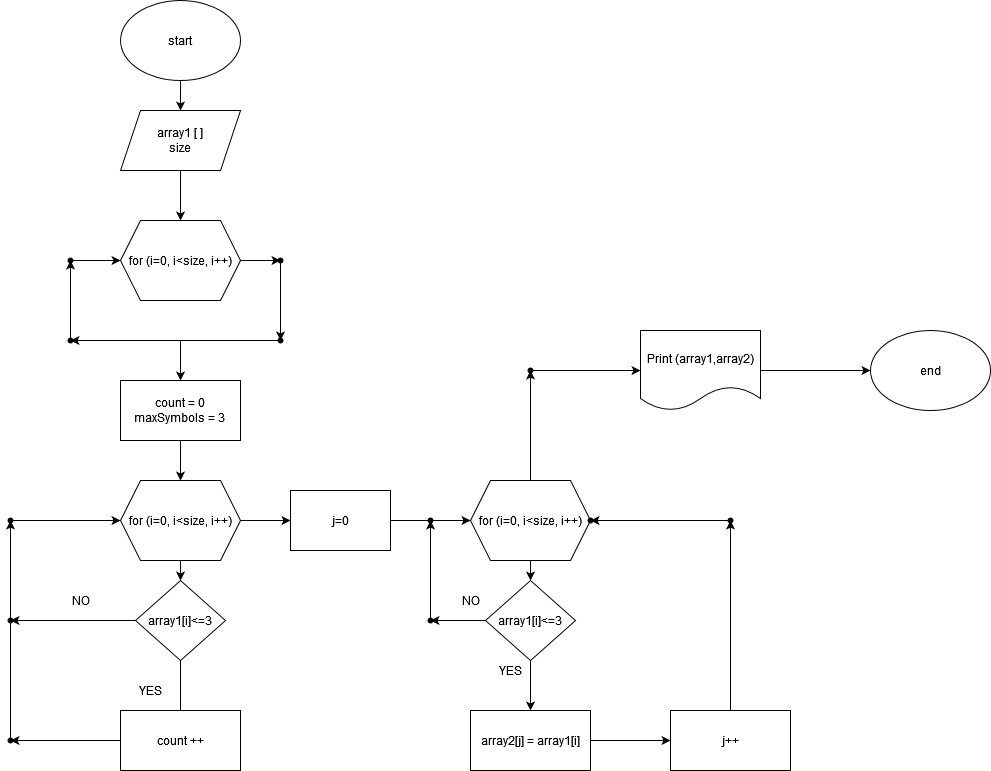
This is TaskAlg.drawio.png from Antero1aap0/Projekkt, a draw.io export, as it was before one commit. Source tidied: cells renumbered, new cells last; positions are measured from the earlier drawing's top-left corner, leaving out a move shared by most shapes. Source of this version:
```xml
<mxGraphModel>
  <root>
    <mxCell id="0" />
    <mxCell id="1" parent="0" />
    <mxCell id="2" style="edgeStyle=orthogonalEdgeStyle;rounded=0;jettySize=auto;html=1;" parent="1" edge="1" source="3" target="4">
      <mxGeometry relative="1" as="geometry" />
    </mxCell>
    <mxCell id="3" value="start" style="ellipse;whiteSpace=wrap;html=1;" parent="1" vertex="1">
      <mxGeometry x="120" width="120" height="80" as="geometry" />
    </mxCell>
    <mxCell id="4" value="&lt;div&gt;array1 [ ]&lt;/div&gt;&lt;div&gt;size&lt;br&gt;&lt;/div&gt;" style="shape=parallelogram;perimeter=parallelogramPerimeter;whiteSpace=wrap;html=1;fixedSize=1;" parent="1" vertex="1">
      <mxGeometry x="120" y="110" width="120" height="60" as="geometry" />
    </mxCell>
    <mxCell id="5" style="endArrow=classic;html=1;rounded=0;" parent="1" edge="1" source="4">
      <mxGeometry relative="1" as="geometry">
        <mxPoint x="180" y="220" as="targetPoint" />
      </mxGeometry>
    </mxCell>
    <mxCell id="6" value="end" style="ellipse;whiteSpace=wrap;html=1;" parent="1" vertex="1">
      <mxGeometry x="870" y="330" width="120" height="80" as="geometry" />
    </mxCell>
    <mxCell id="7" style="edgeStyle=orthogonalEdgeStyle;rounded=0;jettySize=auto;html=1;" parent="1" edge="1" source="8" target="14">
      <mxGeometry relative="1" as="geometry" />
    </mxCell>
    <mxCell id="8" value="for (i=0, i&amp;lt;size, i++)" style="shape=hexagon;perimeter=hexagonPerimeter2;whiteSpace=wrap;html=1;fixedSize=1;" parent="1" vertex="1">
      <mxGeometry x="120" y="220" width="120" height="80" as="geometry" />
    </mxCell>
    <mxCell id="9" style="edgeStyle=orthogonalEdgeStyle;rounded=0;jettySize=auto;html=1;" parent="1" edge="1" source="10" target="24">
      <mxGeometry relative="1" as="geometry" />
    </mxCell>
    <mxCell id="10" value="&lt;div&gt;count = 0&lt;/div&gt;&lt;div&gt;maxSymbols = 3&lt;br&gt;&lt;/div&gt;" style="whiteSpace=wrap;html=1;" parent="1" vertex="1">
      <mxGeometry x="120" y="380" width="120" height="60" as="geometry" />
    </mxCell>
    <mxCell id="11" style="edgeStyle=orthogonalEdgeStyle;rounded=0;jettySize=auto;html=1;" parent="1" edge="1" source="12" target="29">
      <mxGeometry relative="1" as="geometry" />
    </mxCell>
    <mxCell id="12" value="array1[i]&amp;lt;=3" style="rhombus;whiteSpace=wrap;html=1;" parent="1" vertex="1">
      <mxGeometry x="135" y="580" width="90" height="80" as="geometry" />
    </mxCell>
    <mxCell id="13" style="edgeStyle=orthogonalEdgeStyle;rounded=0;jettySize=auto;html=1;" parent="1" edge="1" source="14" target="16">
      <mxGeometry relative="1" as="geometry" />
    </mxCell>
    <mxCell id="14" style="shape=waypoint;sketch=0;size=6;points=[];fillColor=default;perimeter=centerPerimeter;snapToPoint=1;" parent="1" vertex="1">
      <mxGeometry x="270" y="250" width="20" height="20" as="geometry" />
    </mxCell>
    <mxCell id="15" style="edgeStyle=orthogonalEdgeStyle;rounded=0;jettySize=auto;html=1;" parent="1" edge="1" source="16" target="19">
      <mxGeometry relative="1" as="geometry" />
    </mxCell>
    <mxCell id="16" style="shape=waypoint;sketch=0;size=6;points=[];fillColor=default;perimeter=centerPerimeter;snapToPoint=1;" parent="1" vertex="1">
      <mxGeometry x="270" y="330" width="20" height="20" as="geometry" />
    </mxCell>
    <mxCell id="17" style="edgeStyle=orthogonalEdgeStyle;rounded=0;jettySize=auto;html=1;entryX=0.5;entryY=0;entryDx=0;entryDy=0;" parent="1" edge="1" source="19" target="10">
      <mxGeometry relative="1" as="geometry" />
    </mxCell>
    <mxCell id="18" style="edgeStyle=orthogonalEdgeStyle;rounded=0;jettySize=auto;html=1;" parent="1" edge="1" source="19" target="21">
      <mxGeometry relative="1" as="geometry" />
    </mxCell>
    <mxCell id="19" style="shape=waypoint;sketch=0;size=6;points=[];fillColor=default;perimeter=centerPerimeter;snapToPoint=1;" parent="1" vertex="1">
      <mxGeometry x="60" y="330" width="20" height="20" as="geometry" />
    </mxCell>
    <mxCell id="20" style="edgeStyle=orthogonalEdgeStyle;rounded=0;jettySize=auto;html=1;" parent="1" edge="1" source="21" target="8">
      <mxGeometry relative="1" as="geometry" />
    </mxCell>
    <mxCell id="21" style="shape=waypoint;sketch=0;size=6;points=[];fillColor=default;perimeter=centerPerimeter;snapToPoint=1;" parent="1" vertex="1">
      <mxGeometry x="60" y="250" width="20" height="20" as="geometry" />
    </mxCell>
    <mxCell id="22" style="edgeStyle=orthogonalEdgeStyle;rounded=0;jettySize=auto;html=1;" parent="1" edge="1" source="24" target="12">
      <mxGeometry relative="1" as="geometry" />
    </mxCell>
    <mxCell id="23" style="edgeStyle=orthogonalEdgeStyle;rounded=0;jettySize=auto;html=1;" parent="1" edge="1" source="24" target="46">
      <mxGeometry relative="1" as="geometry" />
    </mxCell>
    <mxCell id="24" value="for (i=0, i&amp;lt;size, i++)" style="shape=hexagon;perimeter=hexagonPerimeter2;whiteSpace=wrap;html=1;fixedSize=1;" parent="1" vertex="1">
      <mxGeometry x="120" y="480" width="120" height="80" as="geometry" />
    </mxCell>
    <mxCell id="25" style="edgeStyle=orthogonalEdgeStyle;rounded=0;jettySize=auto;html=1;" parent="1" edge="1" source="26" target="28">
      <mxGeometry relative="1" as="geometry" />
    </mxCell>
    <mxCell id="26" style="shape=waypoint;sketch=0;size=6;points=[];fillColor=default;perimeter=centerPerimeter;snapToPoint=1;" parent="1" vertex="1">
      <mxGeometry y="730" width="20" height="20" as="geometry" />
    </mxCell>
    <mxCell id="27" style="edgeStyle=orthogonalEdgeStyle;rounded=0;jettySize=auto;html=1;" parent="1" edge="1" source="28" target="24">
      <mxGeometry relative="1" as="geometry" />
    </mxCell>
    <mxCell id="28" style="shape=waypoint;sketch=0;size=6;points=[];fillColor=default;perimeter=centerPerimeter;snapToPoint=1;" parent="1" vertex="1">
      <mxGeometry y="510" width="20" height="20" as="geometry" />
    </mxCell>
    <mxCell id="29" style="shape=waypoint;sketch=0;size=6;points=[];fillColor=default;perimeter=centerPerimeter;snapToPoint=1;" parent="1" vertex="1">
      <mxGeometry y="610" width="20" height="20" as="geometry" />
    </mxCell>
    <mxCell id="30" value="NO" style="text;html=1;align=center;verticalAlign=middle;strokeColor=none;fillColor=none;" parent="1" vertex="1">
      <mxGeometry x="60" y="585" width="40" height="30" as="geometry" />
    </mxCell>
    <mxCell id="31" value="YES" style="text;html=1;align=center;verticalAlign=middle;strokeColor=none;fillColor=none;" parent="1" vertex="1">
      <mxGeometry x="125" y="675" width="50" height="30" as="geometry" />
    </mxCell>
    <mxCell id="32" style="edgeStyle=orthogonalEdgeStyle;rounded=0;jettySize=auto;html=1;endArrow=none;" parent="1" edge="1" source="12" target="34">
      <mxGeometry relative="1" as="geometry" />
    </mxCell>
    <mxCell id="33" style="edgeStyle=orthogonalEdgeStyle;rounded=0;jettySize=auto;html=1;" parent="1" edge="1" source="34" target="26">
      <mxGeometry relative="1" as="geometry" />
    </mxCell>
    <mxCell id="34" value="count ++" style="whiteSpace=wrap;html=1;" parent="1" vertex="1">
      <mxGeometry x="120" y="710" width="120" height="60" as="geometry" />
    </mxCell>
    <mxCell id="35" style="edgeStyle=orthogonalEdgeStyle;rounded=0;jettySize=auto;html=1;" parent="1" edge="1" source="37" target="40">
      <mxGeometry relative="1" as="geometry" />
    </mxCell>
    <mxCell id="36" style="edgeStyle=orthogonalEdgeStyle;rounded=0;jettySize=auto;html=1;" parent="1" edge="1" source="37" target="58">
      <mxGeometry relative="1" as="geometry" />
    </mxCell>
    <mxCell id="37" value="for (i=0, i&amp;lt;size, i++)" style="shape=hexagon;perimeter=hexagonPerimeter2;whiteSpace=wrap;html=1;fixedSize=1;" parent="1" vertex="1">
      <mxGeometry x="470" y="480" width="120" height="80" as="geometry" />
    </mxCell>
    <mxCell id="38" style="edgeStyle=orthogonalEdgeStyle;rounded=0;jettySize=auto;html=1;" parent="1" edge="1" source="40" target="43">
      <mxGeometry relative="1" as="geometry" />
    </mxCell>
    <mxCell id="39" style="edgeStyle=orthogonalEdgeStyle;rounded=0;jettySize=auto;html=1;" parent="1" edge="1" source="40" target="48">
      <mxGeometry relative="1" as="geometry" />
    </mxCell>
    <mxCell id="40" value="array1[i]&amp;lt;=3" style="rhombus;whiteSpace=wrap;html=1;" parent="1" vertex="1">
      <mxGeometry x="485" y="580" width="90" height="80" as="geometry" />
    </mxCell>
    <mxCell id="41" value="NO" style="text;html=1;align=center;verticalAlign=middle;strokeColor=none;fillColor=none;" parent="1" vertex="1">
      <mxGeometry x="450" y="585" width="40" height="30" as="geometry" />
    </mxCell>
    <mxCell id="42" style="edgeStyle=orthogonalEdgeStyle;rounded=0;jettySize=auto;html=1;" parent="1" edge="1" source="43" target="51">
      <mxGeometry relative="1" as="geometry" />
    </mxCell>
    <mxCell id="43" value="array2[j] = array1[i]" style="whiteSpace=wrap;html=1;" parent="1" vertex="1">
      <mxGeometry x="470" y="710" width="120" height="60" as="geometry" />
    </mxCell>
    <mxCell id="44" value="YES" style="text;html=1;align=center;verticalAlign=middle;strokeColor=none;fillColor=none;" parent="1" vertex="1">
      <mxGeometry x="485" y="655" width="50" height="30" as="geometry" />
    </mxCell>
    <mxCell id="45" style="edgeStyle=orthogonalEdgeStyle;rounded=0;jettySize=auto;html=1;" parent="1" edge="1" source="46" target="37">
      <mxGeometry relative="1" as="geometry" />
    </mxCell>
    <mxCell id="46" value="j=0" style="whiteSpace=wrap;html=1;" parent="1" vertex="1">
      <mxGeometry x="290" y="490" width="100" height="60" as="geometry" />
    </mxCell>
    <mxCell id="47" style="edgeStyle=orthogonalEdgeStyle;rounded=0;jettySize=auto;html=1;" parent="1" edge="1" source="48" target="49">
      <mxGeometry relative="1" as="geometry" />
    </mxCell>
    <mxCell id="48" style="shape=waypoint;sketch=0;size=6;points=[];fillColor=default;perimeter=centerPerimeter;snapToPoint=1;" parent="1" vertex="1">
      <mxGeometry x="420" y="610" width="20" height="20" as="geometry" />
    </mxCell>
    <mxCell id="49" style="shape=waypoint;sketch=0;size=6;points=[];fillColor=default;perimeter=centerPerimeter;snapToPoint=1;" parent="1" vertex="1">
      <mxGeometry x="420" y="510" width="20" height="20" as="geometry" />
    </mxCell>
    <mxCell id="50" style="edgeStyle=orthogonalEdgeStyle;rounded=0;jettySize=auto;html=1;" parent="1" edge="1" source="51" target="53">
      <mxGeometry relative="1" as="geometry" />
    </mxCell>
    <mxCell id="51" value="j++" style="whiteSpace=wrap;html=1;" parent="1" vertex="1">
      <mxGeometry x="670" y="710" width="120" height="60" as="geometry" />
    </mxCell>
    <mxCell id="52" style="edgeStyle=orthogonalEdgeStyle;rounded=0;jettySize=auto;html=1;" parent="1" edge="1" source="53" target="54">
      <mxGeometry relative="1" as="geometry" />
    </mxCell>
    <mxCell id="53" style="shape=waypoint;sketch=0;size=6;points=[];fillColor=default;perimeter=centerPerimeter;snapToPoint=1;" parent="1" vertex="1">
      <mxGeometry x="720" y="510" width="20" height="20" as="geometry" />
    </mxCell>
    <mxCell id="54" style="shape=waypoint;sketch=0;size=6;points=[];fillColor=default;perimeter=centerPerimeter;snapToPoint=1;" parent="1" vertex="1">
      <mxGeometry x="580" y="510" width="20" height="20" as="geometry" />
    </mxCell>
    <mxCell id="55" style="edgeStyle=orthogonalEdgeStyle;rounded=0;jettySize=auto;html=1;" parent="1" edge="1" source="56" target="6">
      <mxGeometry relative="1" as="geometry" />
    </mxCell>
    <mxCell id="56" value="Print (array1,array2)" style="shape=document;whiteSpace=wrap;html=1;boundedLbl=1;" parent="1" vertex="1">
      <mxGeometry x="640" y="330" width="120" height="80" as="geometry" />
    </mxCell>
    <mxCell id="57" style="edgeStyle=orthogonalEdgeStyle;rounded=0;jettySize=auto;html=1;" parent="1" edge="1" source="58" target="56">
      <mxGeometry relative="1" as="geometry" />
    </mxCell>
    <mxCell id="58" style="shape=waypoint;sketch=0;size=6;points=[];fillColor=default;perimeter=centerPerimeter;snapToPoint=1;" parent="1" vertex="1">
      <mxGeometry x="520" y="360" width="20" height="20" as="geometry" />
    </mxCell>
  </root>
</mxGraphModel>
```
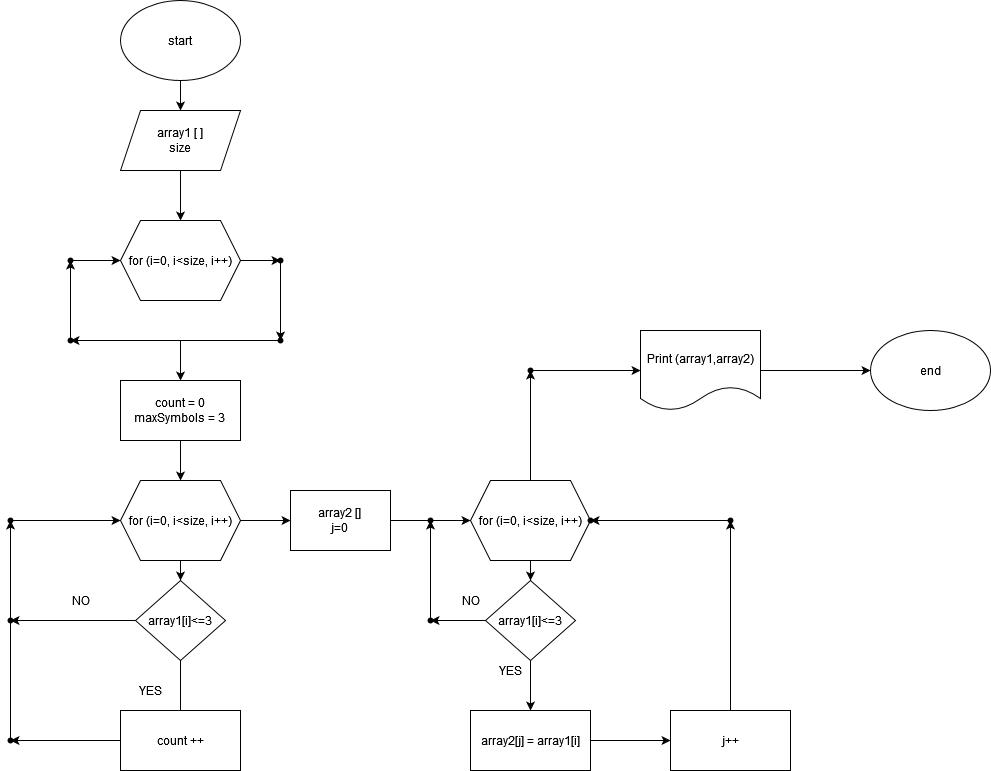
The same diagram one commit later.

The edit, as a diff of the source:
```diff
@@ -136,7 +136,7 @@
     <mxCell id="45" style="edgeStyle=orthogonalEdgeStyle;rounded=0;jettySize=auto;html=1;" parent="1" edge="1" source="46" target="37">
       <mxGeometry relative="1" as="geometry" />
     </mxCell>
-    <mxCell id="46" value="j=0" style="whiteSpace=wrap;html=1;" parent="1" vertex="1">
+    <mxCell id="46" value="&lt;div&gt;array2 []&lt;br&gt;&lt;/div&gt;&lt;div&gt;j=0&lt;/div&gt;" style="whiteSpace=wrap;html=1;" parent="1" vertex="1">
       <mxGeometry x="290" y="490" width="100" height="60" as="geometry" />
     </mxCell>
     <mxCell id="47" style="edgeStyle=orthogonalEdgeStyle;rounded=0;jettySize=auto;html=1;" parent="1" edge="1" source="48" target="49">
```
